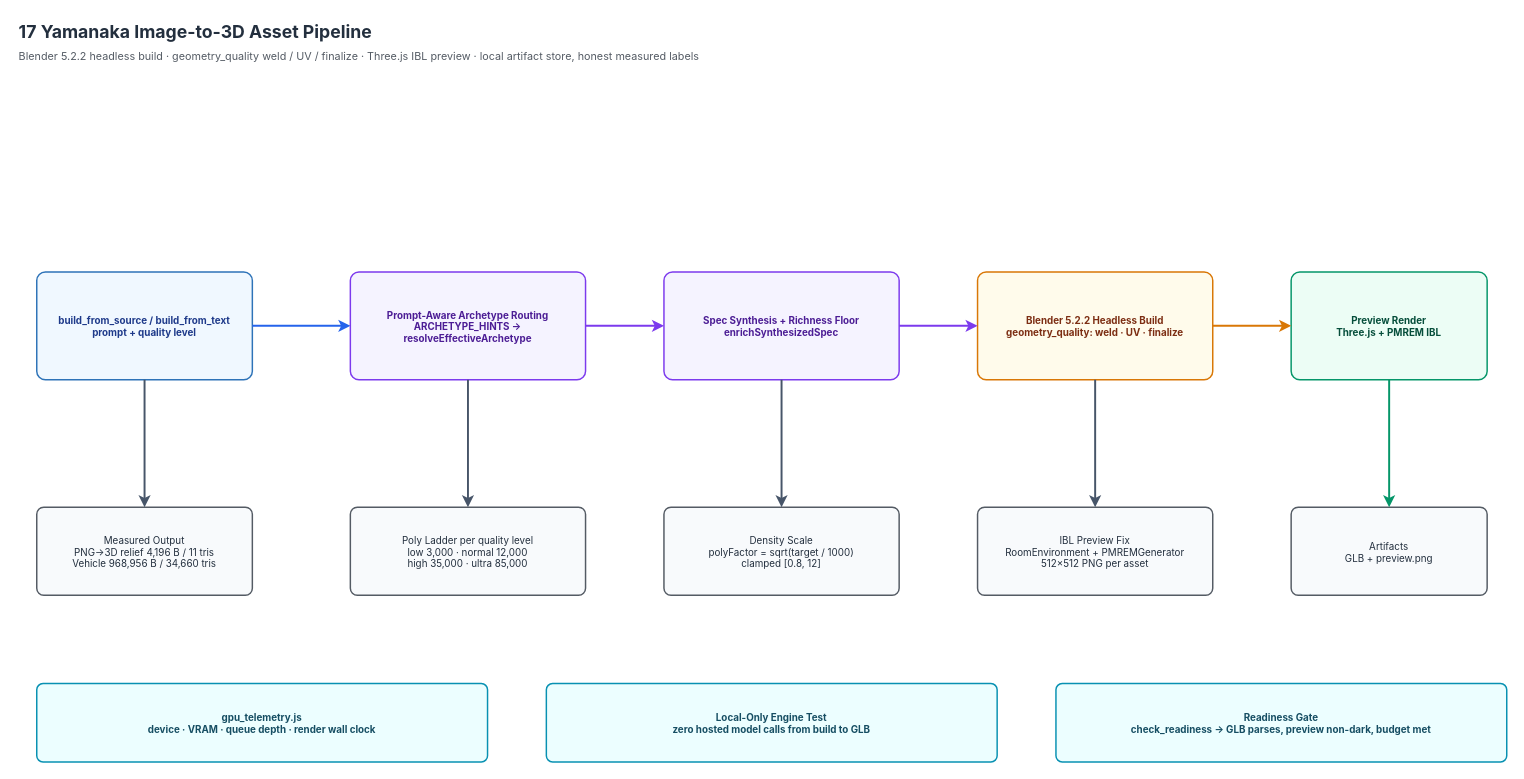
The draw.io diagram page "17 Yamanaka Image-to-3D Asset Pipeline" (17 of 18) of docs/diagrams/konoha-enterprise-architecture.drawio in andycungkrinx91/konoha, before the edit. Source tidied: cells renumbered, new cells numbered last; positions are measured from the earlier drawing's top-left corner, leaving out a move shared by most shapes. Both pictures are drawn from the tidied source at 98%, with x=0, y=0 at pixel (17, 17).
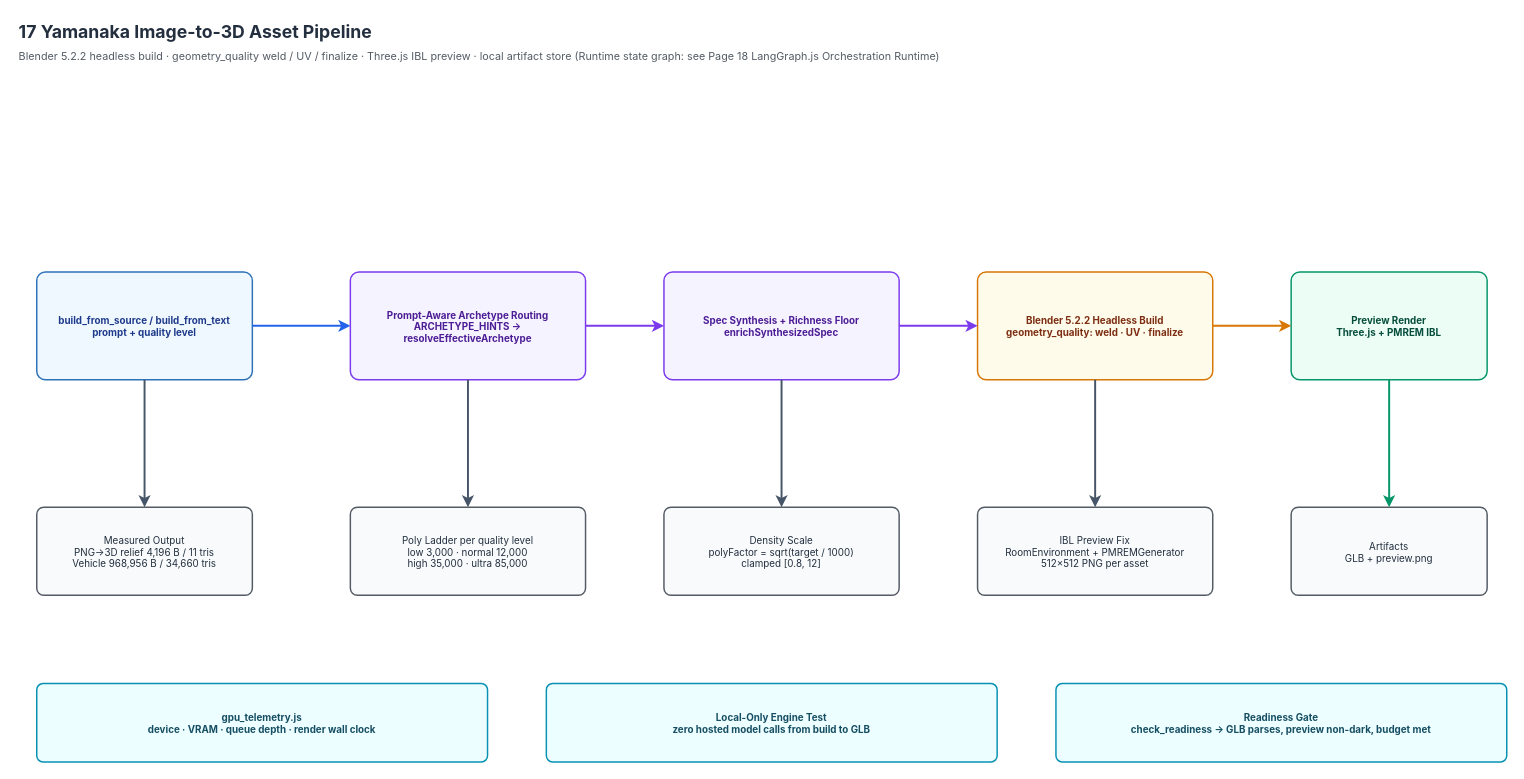
The same diagram, later.

The edit, as a diff of the source:
```diff
@@
-    <mxCell id="3" value="Blender 5.2.2 headless build · geometry_quality weld / UV / finalize · Three.js IBL preview · local artifact store, honest measured labels" style="text;html=1;strokeColor=none;fillColor=none;fontFamily=Inter, system-ui, -apple-system;fontSize=11;fontStyle=0;fontColor=#545B64;align=left;verticalAlign=middle;" parent="1" vertex="1">
+    <mxCell id="3" value="Blender 5.2.2 headless build · geometry_quality weld / UV / finalize · Three.js IBL preview · local artifact store (Runtime state graph: see Page 18 LangGraph.js Orchestration Runtime)" style="text;html=1;strokeColor=none;fillColor=none;fontFamily=Inter, system-ui, -apple-system;fontSize=11;fontStyle=0;fontColor=#545B64;align=left;verticalAlign=middle;" parent="1" vertex="1">
       <mxGeometry y="30" width="1300" height="20" as="geometry" />
     </mxCell>
```
